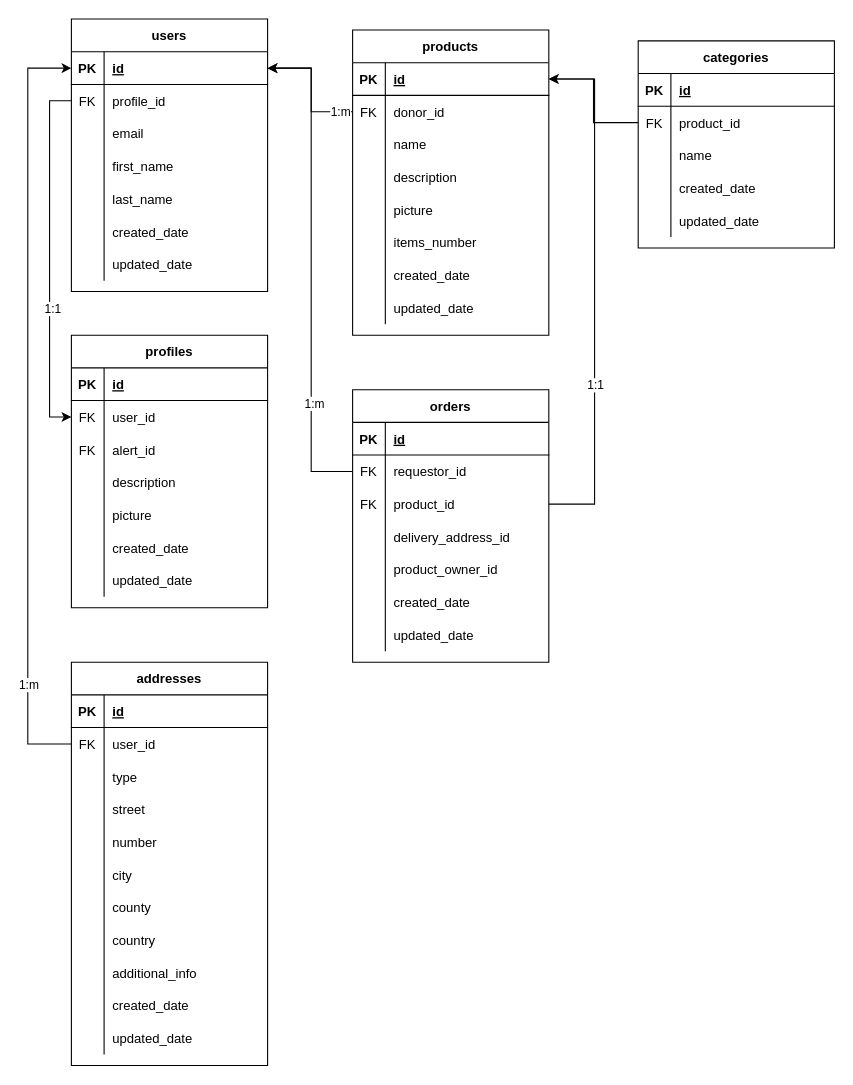
PixLix1/donations_point keeps this draw.io diagram as donations_point.drawio. Above is the earlier version. Source tidied: cells renumbered, new cells numbered last; positions are measured from the earlier drawing's top-left corner, leaving out a move shared by most shapes. Both pictures are drawn from the tidied source at 109%, with x=0, y=0 at pixel (27, 19).
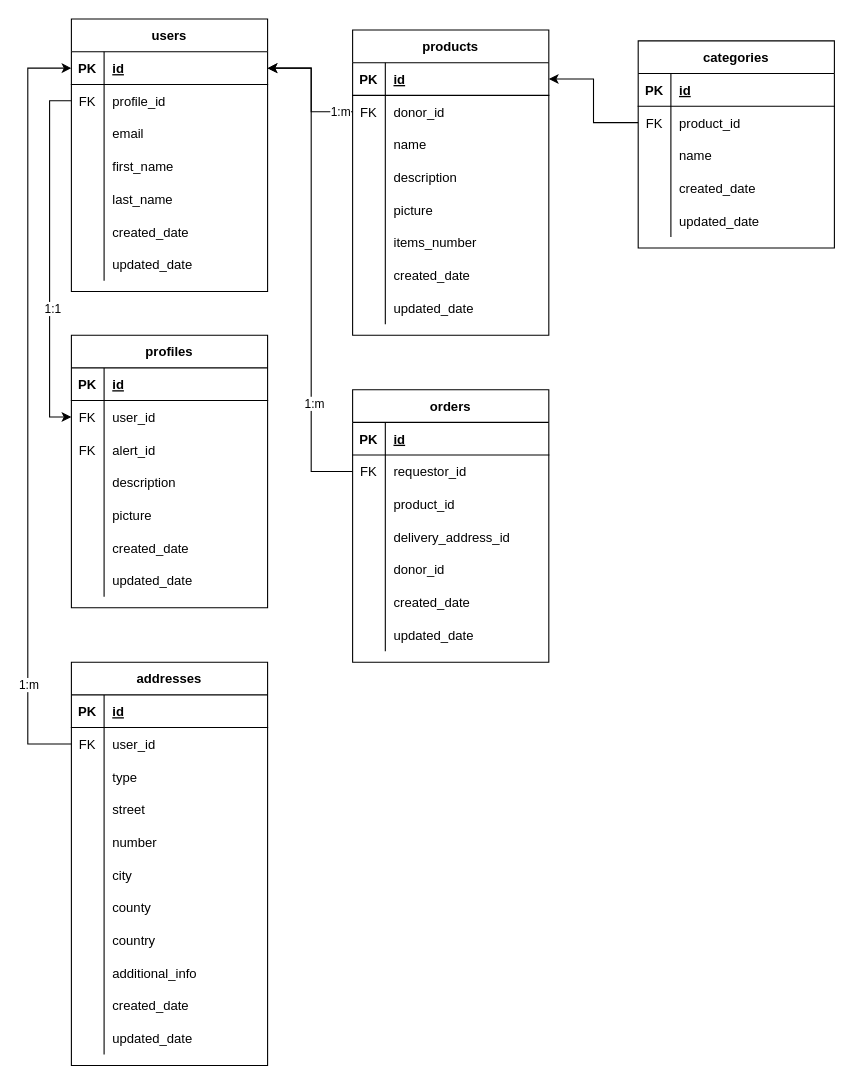
After the change.

Unchanged cells that the change refers to:
```xml
<mxCell id="47" style="shape=partialRectangle;fillColor=none;top=0;left=0;bottom=1;right=0;points=[[0,0.5],[1,0.5]];portConstraint=eastwest;" parent="46" vertex="1">
  <mxGeometry y="30" width="180" height="30" as="geometry" />
</mxCell>
<mxCell id="78" style="shape=partialRectangle;fillColor=none;top=0;left=0;bottom=0;right=0;points=[[0,0.5],[1,0.5]];portConstraint=eastwest;" parent="71" vertex="1">
  <mxGeometry y="90" width="180" height="30" as="geometry" />
</mxCell>
<mxCell id="84" style="shape=partialRectangle;fillColor=none;top=0;left=0;bottom=0;right=0;" parent="71" vertex="1">
  <mxGeometry y="150" width="180" height="30" as="geometry" />
</mxCell>
```

Change to the diagram source:
```diff
@@
-    <mxCell id="79" value="FK" style="shape=partialRectangle;fillColor=none;top=0;left=0;bottom=0;right=0;overflow=hidden;" parent="78" vertex="1">
+    <mxCell id="79" style="shape=partialRectangle;fillColor=none;top=0;left=0;bottom=0;right=0;overflow=hidden;" parent="78" vertex="1">
       <mxGeometry width="30" height="30" as="geometry" />
     </mxCell>
@@
-    <mxCell id="86" value="product_owner_id" style="shape=partialRectangle;fillColor=none;top=0;left=0;bottom=0;right=0;align=left;spacingLeft=6;overflow=hidden;" parent="84" vertex="1">
+    <mxCell id="86" value="donor_id" style="shape=partialRectangle;fillColor=none;top=0;left=0;bottom=0;right=0;align=left;spacingLeft=6;overflow=hidden;" parent="84" vertex="1">
       <mxGeometry x="30" width="150" height="30" as="geometry" />
     </mxCell>
@@
-    <mxCell id="111" style="edgeStyle=orthogonalEdgeStyle;rounded=0;jettySize=auto;html=1;exitX=1;exitY=0.5;exitDx=0;exitDy=0;entryX=1;entryY=0.5;entryDx=0;entryDy=0;" parent="1" edge="1" source="78" target="47">
-      <mxGeometry relative="1" as="geometry">
-        <Array as="points">
-          <mxPoint x="520" y="445" />
-          <mxPoint x="520" y="55" />
-        </Array>
-      </mxGeometry>
-    </mxCell>
-    <mxCell id="112" value="1:1" style="edgeLabel;html=1;align=center;verticalAlign=middle;" parent="111" vertex="1">
-      <mxGeometry x="-0.36" relative="1" as="geometry" />
-    </mxCell>
```
